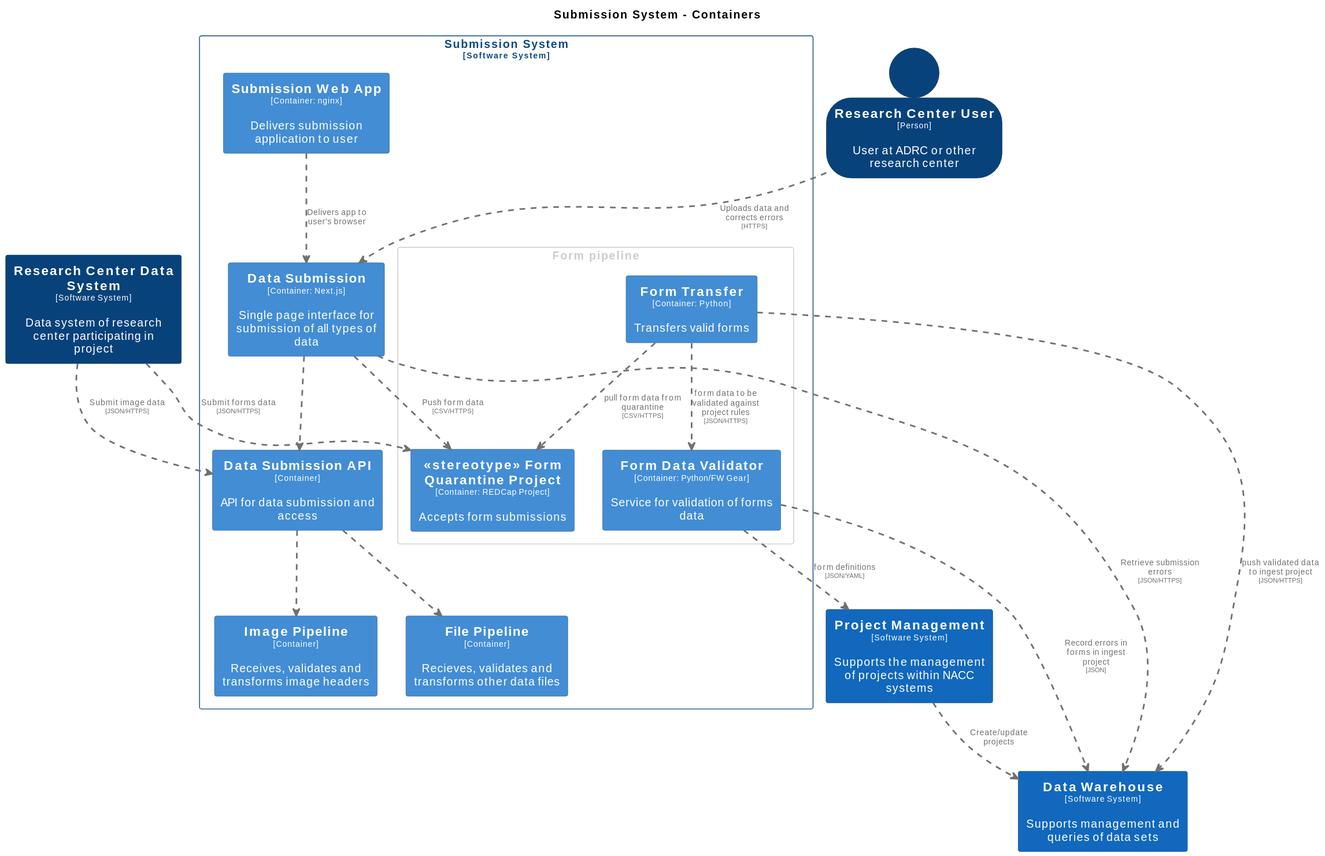
This is docs/images/structurizr-SubmissionContainers.svg from naccdata/system-design, a PlantUML export, as it was before one commit.
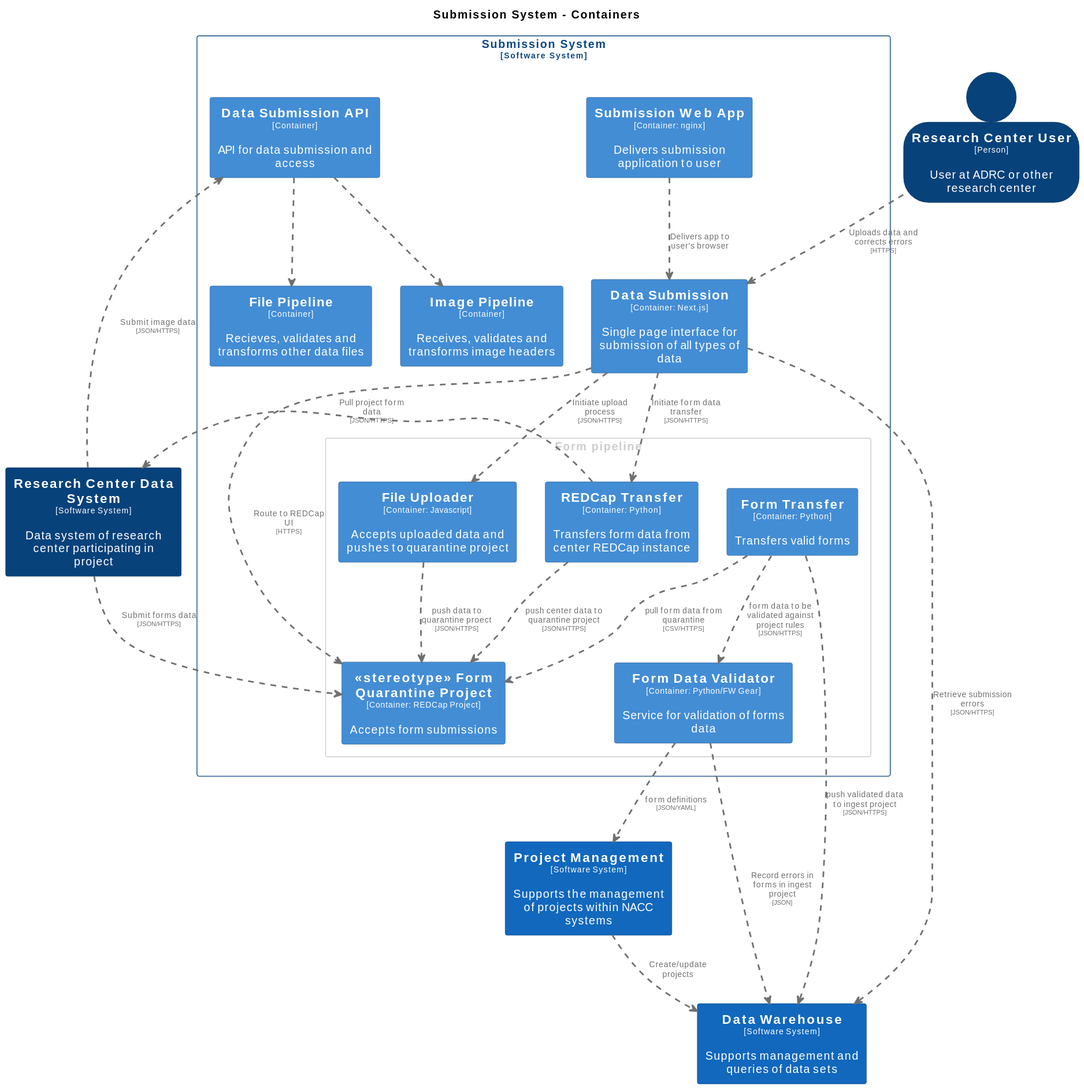
Later version of the same file.

Diff of the diagram source:
```diff
@@ -39,6 +39,11 @@
   FontColor #ffffff
   BorderColor #2e6295
 }
+skinparam rectangle<<SubmissionSystem.FileUploader>> {
+  BackgroundColor #438dd5
+  FontColor #ffffff
+  BorderColor #2e6295
+}
 skinparam rectangle<<SubmissionSystem.FormDataValidator>> {
   BackgroundColor #438dd5
   FontColor #ffffff
@@ -59,6 +64,11 @@
   FontColor #ffffff
   BorderColor #0b4884
 }
+skinparam rectangle<<SubmissionSystem.REDCapTransfer>> {
+  BackgroundColor #438dd5
+  FontColor #ffffff
+  BorderColor #2e6295
+}
 skinparam rectangle<<ResearchCenterDataSystem>> {
   BackgroundColor #08427b
   FontColor #ffffff
@@ -76,9 +86,9 @@
 }
 
 rectangle "==Project Management\n<size:10>[Software System]</size>\n\nSupports the management of projects within NACC systems" <<ProjectManagement>> as ProjectManagement
-rectangle "==Data Warehouse\n<size:10>[Software System]</size>\n\nSupports management and queries of data sets" <<DataWarehouse>> as DataWarehouse
 person "==Research Center User\n<size:10>[Person]</size>\n\nUser at ADRC or other research center" <<ResearchCenterUser>> as ResearchCenterUser
 rectangle "==Research Center Data System\n<size:10>[Software System]</size>\n\nData system of research center participating in project" <<ResearchCenterDataSystem>> as ResearchCenterDataSystem
+rectangle "==Data Warehouse\n<size:10>[Software System]</size>\n\nSupports management and queries of data sets" <<DataWarehouse>> as DataWarehouse
 
 rectangle "Submission System\n<size:10>[Software System]</size>" <<SubmissionSystem>> {
   skinparam RectangleBorderColor<<SubmissionSystem>> #0b4884
@@ -91,6 +101,8 @@
     rectangle "==Form Data Validator\n<size:10>[Container: Python/FW Gear]</size>\n\nService for validation of forms data" <<SubmissionSystem.FormDataValidator>> as SubmissionSystem.FormDataValidator
     rectangle "==<<stereotype>> Form Quarantine Project\n<size:10>[Container: REDCap Project]</size>\n\nAccepts form submissions" <<SubmissionSystem.stereotypeFormQuarantineProject>> as SubmissionSystem.stereotypeFormQuarantineProject
     rectangle "==Form Transfer\n<size:10>[Container: Python]</size>\n\nTransfers valid forms" <<SubmissionSystem.FormTransfer>> as SubmissionSystem.FormTransfer
+    rectangle "==REDCap Transfer\n<size:10>[Container: Python]</size>\n\nTransfers form data from center REDCap instance" <<SubmissionSystem.REDCapTransfer>> as SubmissionSystem.REDCapTransfer
+    rectangle "==File Uploader\n<size:10>[Container: Javascript]</size>\n\nAccepts uploaded data and pushes to quarantine project" <<SubmissionSystem.FileUploader>> as SubmissionSystem.FileUploader
   }
 
   rectangle "==Image Pipeline\n<size:10>[Container]</size>\n\nReceives, validates and transforms image headers" <<SubmissionSystem.ImagePipeline>> as SubmissionSystem.ImagePipeline
@@ -100,19 +112,23 @@
   rectangle "==Submission Web App\n<size:10>[Container: nginx]</size>\n\nDelivers submission application to user" <<SubmissionSystem.SubmissionWebApp>> as SubmissionSystem.SubmissionWebApp
 }
 
+SubmissionSystem.SubmissionWebApp .[#707070,thickness=2].> SubmissionSystem.DataSubmission : "<color:#707070>Delivers app to user's browser"
 ResearchCenterUser .[#707070,thickness=2].> SubmissionSystem.DataSubmission : "<color:#707070>Uploads data and corrects errors\n<color:#707070><size:8>[HTTPS]</size>"
 ResearchCenterDataSystem .[#707070,thickness=2].> SubmissionSystem.stereotypeFormQuarantineProject : "<color:#707070>Submit forms data\n<color:#707070><size:8>[JSON/HTTPS]</size>"
 ResearchCenterDataSystem .[#707070,thickness=2].> SubmissionSystem.DataSubmissionAPI : "<color:#707070>Submit image data\n<color:#707070><size:8>[JSON/HTTPS]</size>"
+SubmissionSystem.REDCapTransfer .[#707070,thickness=2].> ResearchCenterDataSystem : "<color:#707070>Pull project form data\n<color:#707070><size:8>[JSON/HTTPS]</size>"
 ProjectManagement .[#707070,thickness=2].> DataWarehouse : "<color:#707070>Create/update projects"
 SubmissionSystem.FormDataValidator .[#707070,thickness=2].> DataWarehouse : "<color:#707070>Record errors in forms in ingest project\n<color:#707070><size:8>[JSON]</size>"
 SubmissionSystem.FormDataValidator .[#707070,thickness=2].> ProjectManagement : "<color:#707070>form definitions\n<color:#707070><size:8>[JSON/YAML]</size>"
 SubmissionSystem.FormTransfer .[#707070,thickness=2].> SubmissionSystem.stereotypeFormQuarantineProject : "<color:#707070>pull form data from quarantine\n<color:#707070><size:8>[CSV/HTTPS]</size>"
 SubmissionSystem.FormTransfer .[#707070,thickness=2].> SubmissionSystem.FormDataValidator : "<color:#707070>form data to be validated against project rules\n<color:#707070><size:8>[JSON/HTTPS]</size>"
 SubmissionSystem.FormTransfer .[#707070,thickness=2].> DataWarehouse : "<color:#707070>push validated data to ingest project\n<color:#707070><size:8>[JSON/HTTPS]</size>"
+SubmissionSystem.REDCapTransfer .[#707070,thickness=2].> SubmissionSystem.stereotypeFormQuarantineProject : "<color:#707070>push center data to quarantine project\n<color:#707070><size:8>[JSON/HTTPS]</size>"
+SubmissionSystem.FileUploader .[#707070,thickness=2].> SubmissionSystem.stereotypeFormQuarantineProject : "<color:#707070>push data to quarantine proect\n<color:#707070><size:8>[JSON/HTTPS]</size>"
 SubmissionSystem.DataSubmissionAPI .[#707070,thickness=2].> SubmissionSystem.FilePipeline : "<color:#707070>"
 SubmissionSystem.DataSubmissionAPI .[#707070,thickness=2].> SubmissionSystem.ImagePipeline : "<color:#707070>"
-SubmissionSystem.DataSubmission .[#707070,thickness=2].> SubmissionSystem.stereotypeFormQuarantineProject : "<color:#707070>Push form data\n<color:#707070><size:8>[CSV/HTTPS]</size>"
-SubmissionSystem.DataSubmission .[#707070,thickness=2].> SubmissionSystem.DataSubmissionAPI : "<color:#707070>"
+SubmissionSystem.DataSubmission .[#707070,thickness=2].> SubmissionSystem.REDCapTransfer : "<color:#707070>Initiate form data transfer\n<color:#707070><size:8>[JSON/HTTPS]</size>"
+SubmissionSystem.DataSubmission .[#707070,thickness=2].> SubmissionSystem.stereotypeFormQuarantineProject : "<color:#707070>Route to REDCap UI\n<color:#707070><size:8>[HTTPS]</size>"
+SubmissionSystem.DataSubmission .[#707070,thickness=2].> SubmissionSystem.FileUploader : "<color:#707070>Initiate upload process\n<color:#707070><size:8>[JSON/HTTPS]</size>"
 SubmissionSystem.DataSubmission .[#707070,thickness=2].> DataWarehouse : "<color:#707070>Retrieve submission errors\n<color:#707070><size:8>[JSON/HTTPS]</size>"
-SubmissionSystem.SubmissionWebApp .[#707070,thickness=2].> SubmissionSystem.DataSubmission : "<color:#707070>Delivers app to user's browser"
 @enduml
```
